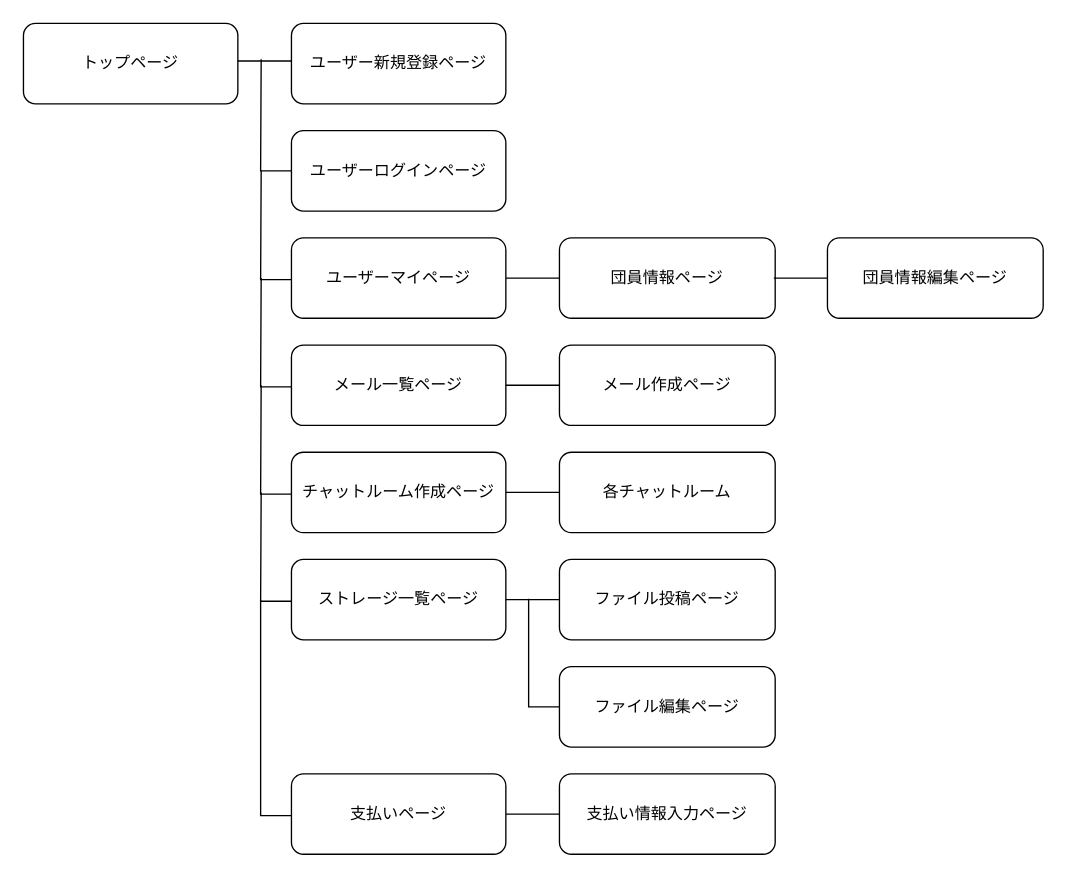
Earlier version of the draw.io diagram screen_transition.dio (soya0128/Comcon). Source tidied: cells renumbered, new cells numbered last; positions are measured from the earlier drawing's top-left corner, leaving out a move shared by most shapes. Both pictures are drawn from the tidied source at 134%, with x=0, y=0 at pixel (23, 23).
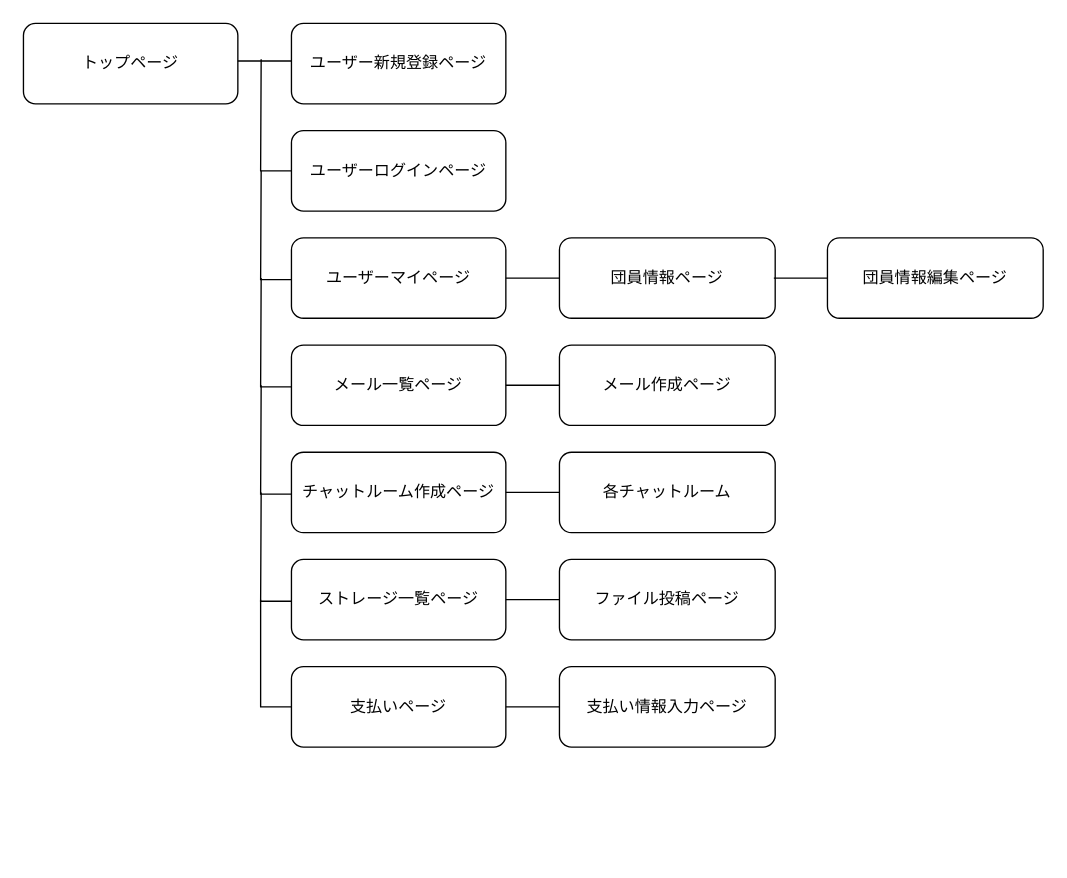
The same diagram, later.

Commit message (it also covers changes not shown here):
README,画面遷移図の修正

What changed in the source:
```diff
@@
     <mxCell id="9" value="支払いページ" style="rounded=1;whiteSpace=wrap;html=1;" parent="1" vertex="1">
-      <mxGeometry x="200" y="560" width="160" height="60" as="geometry" />
+      <mxGeometry x="200" y="480" width="160" height="60" as="geometry" />
     </mxCell>
@@
-    <mxCell id="15" value="ファイル編集ページ" style="rounded=1;whiteSpace=wrap;html=1;" parent="1" vertex="1">
-      <mxGeometry x="400" y="480" width="161" height="60" as="geometry" />
-    </mxCell>
     <mxCell id="16" value="支払い情報入力ページ" style="rounded=1;whiteSpace=wrap;html=1;" parent="1" vertex="1">
-      <mxGeometry x="400" y="560" width="161" height="60" as="geometry" />
+      <mxGeometry x="400" y="480" width="161" height="60" as="geometry" />
     </mxCell>
@@
-    <mxCell id="23" style="endArrow=none;html=1;rounded=0;entryX=0;entryY=0.5;entryDx=0;entryDy=0;" parent="1" edge="1">
+    <mxCell id="23" style="endArrow=none;html=1;rounded=0;entryX=0;entryY=0.5;entryDx=0;entryDy=0;" parent="1" edge="1" target="9">
       <mxGeometry relative="1" as="geometry">
         <mxPoint x="177" y="430" as="sourcePoint" />
-        <mxPoint x="200" y="591.2" as="targetPoint" />
         <Array as="points">
-          <mxPoint x="177" y="591.2" />
+          <mxPoint x="177" y="510" />
         </Array>
       </mxGeometry>
     </mxCell>
@@
     <mxCell id="29" style="line;strokeWidth=1;dashed=0;labelPosition=right;align=left;verticalAlign=middle;spacingTop=0;spacingLeft=6;rounded=1;" parent="1" vertex="1">
-      <mxGeometry x="360" y="585" width="40" height="10" as="geometry" />
+      <mxGeometry x="360" y="505" width="40" height="10" as="geometry" />
     </mxCell>
-    <mxCell id="30" style="endArrow=none;html=1;rounded=0;entryX=0;entryY=0.5;entryDx=0;entryDy=0;" parent="1" edge="1" target="15">
-      <mxGeometry relative="1" as="geometry">
-        <mxPoint x="377" y="429.4" as="sourcePoint" />
-        <Array as="points">
-          <mxPoint x="377" y="510" />
-        </Array>
-      </mxGeometry>
-    </mxCell>
```
